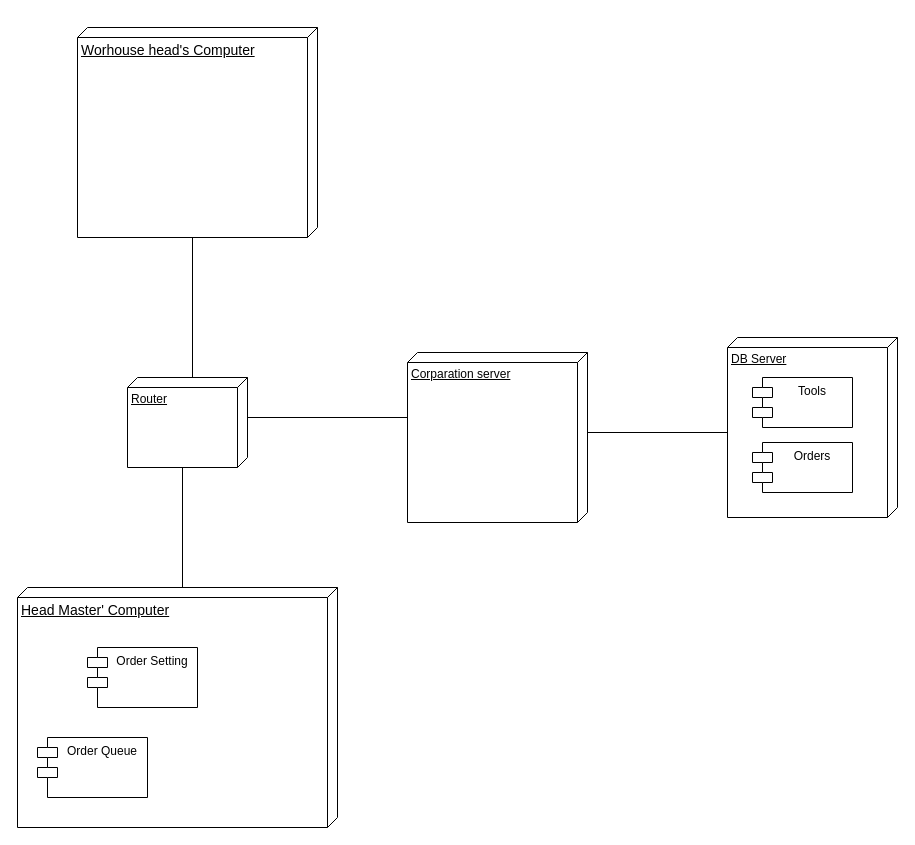
Earlier version of the draw.io diagram Component&Deployment_diagram.drawio (TolmachevDmitry/UMLForAutoRepairShop). Source tidied: cells renumbered, new cells numbered last; positions are measured from the earlier drawing's top-left corner, leaving out a move shared by most shapes. Both pictures are drawn from the tidied source at 100%, with x=0, y=0 at pixel (17, 27).
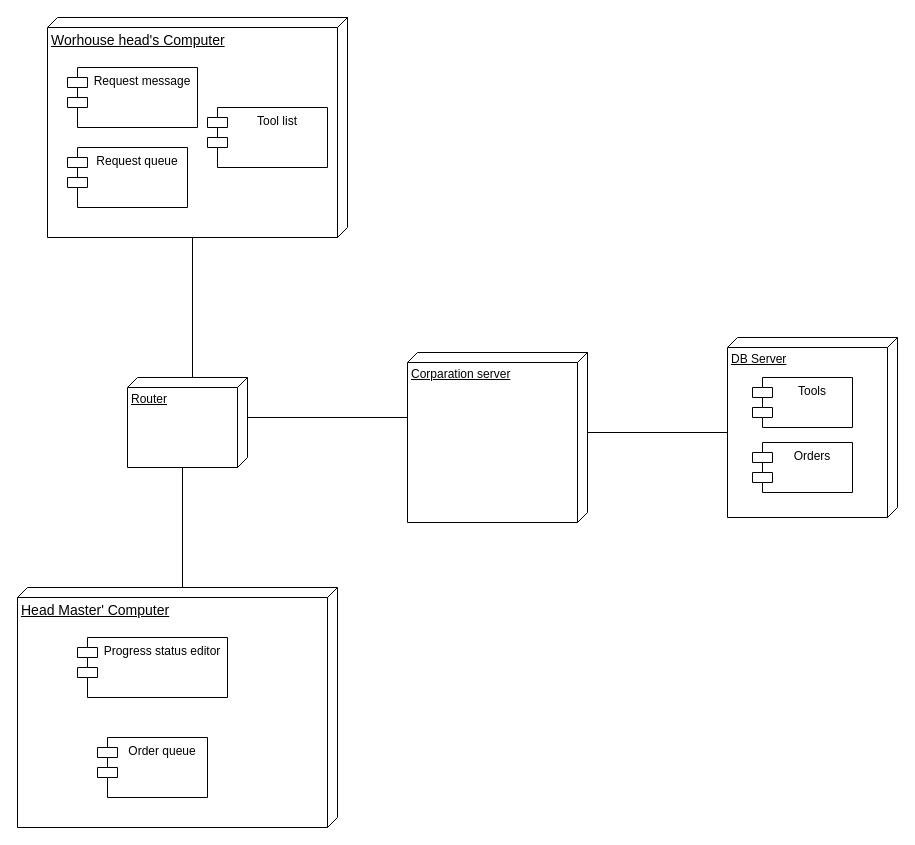
The same diagram, later.

Commit message:
added diagram of component

Change to the diagram source:
```diff
@@
 <mxGraphModel>
   <root>
     <mxCell id="0" />
     <mxCell id="1" parent="0" />
     <mxCell id="2" value="&lt;font style=&quot;font-size: 14px&quot;&gt;Head Master' Computer&lt;/font&gt;" style="verticalAlign=top;align=left;spacingTop=8;spacingLeft=2;spacingRight=12;shape=cube;size=10;direction=south;fontStyle=4;html=1;" parent="1" vertex="1">
       <mxGeometry y="560" width="320" height="240" as="geometry" />
     </mxCell>
     <mxCell id="3" value="&lt;font style=&quot;font-size: 14px&quot;&gt;Worhouse head's Computer&lt;/font&gt;" style="verticalAlign=top;align=left;spacingTop=8;spacingLeft=2;spacingRight=12;shape=cube;size=10;direction=south;fontStyle=4;html=1;" parent="1" vertex="1">
-      <mxGeometry x="60" width="240" height="210" as="geometry" />
+      <mxGeometry x="30" y="-10" width="300" height="220" as="geometry" />
     </mxCell>
     <mxCell id="4" value="DB Server" style="verticalAlign=top;align=left;spacingTop=8;spacingLeft=2;spacingRight=12;shape=cube;size=10;direction=south;fontStyle=4;html=1;" parent="1" vertex="1">
       <mxGeometry x="710" y="310" width="170" height="180" as="geometry" />
     </mxCell>
     <mxCell id="5" value="Router" style="verticalAlign=top;align=left;spacingTop=8;spacingLeft=2;spacingRight=12;shape=cube;size=10;direction=south;fontStyle=4;html=1;" parent="1" vertex="1">
       <mxGeometry x="110" y="350" width="120" height="90" as="geometry" />
     </mxCell>
     <mxCell id="6" value="Corparation server" style="verticalAlign=top;align=left;spacingTop=8;spacingLeft=2;spacingRight=12;shape=cube;size=10;direction=south;fontStyle=4;html=1;" parent="1" vertex="1">
       <mxGeometry x="390" y="325" width="180" height="170" as="geometry" />
     </mxCell>
-    <mxCell id="7" style="endArrow=none;html=1;rounded=0;exitX=0;exitY=0;exitDx=210;exitDy=125;exitPerimeter=0;entryX=0;entryY=0;entryDx=0;entryDy=55;entryPerimeter=0;" parent="1" edge="1" source="3" target="5">
+    <mxCell id="7" style="endArrow=none;html=1;rounded=0;exitX=0;exitY=0;exitDx=220;exitDy=155;exitPerimeter=0;entryX=0;entryY=0;entryDx=0;entryDy=55;entryPerimeter=0;" parent="1" edge="1" source="3" target="5">
       <mxGeometry relative="1" as="geometry" />
     </mxCell>
     <mxCell id="8" style="endArrow=none;html=1;rounded=0;exitX=0;exitY=0;exitDx=90;exitDy=65;exitPerimeter=0;entryX=0;entryY=0;entryDx=0;entryDy=155;entryPerimeter=0;" parent="1" edge="1" source="5" target="2">
       <mxGeometry relative="1" as="geometry" />
     </mxCell>
     <mxCell id="9" value="Tools" style="shape=module;align=left;spacingLeft=20;align=center;verticalAlign=top;" parent="1" vertex="1">
       <mxGeometry x="735" y="350" width="100" height="50" as="geometry" />
     </mxCell>
     <mxCell id="10" value="Orders" style="shape=module;align=left;spacingLeft=20;align=center;verticalAlign=top;" parent="1" vertex="1">
       <mxGeometry x="735" y="415" width="100" height="50" as="geometry" />
     </mxCell>
     <mxCell id="11" style="endArrow=none;html=1;rounded=0;exitX=0;exitY=0;exitDx=40;exitDy=0;exitPerimeter=0;entryX=0;entryY=0;entryDx=65;entryDy=180;entryPerimeter=0;" parent="1" edge="1" source="5" target="6">
       <mxGeometry relative="1" as="geometry" />
     </mxCell>
     <mxCell id="12" style="endArrow=none;html=1;rounded=0;exitX=0;exitY=0;exitDx=80;exitDy=0;exitPerimeter=0;entryX=0;entryY=0;entryDx=95;entryDy=170;entryPerimeter=0;" parent="1" edge="1" source="6" target="4">
       <mxGeometry relative="1" as="geometry" />
     </mxCell>
-    <mxCell id="13" value="Order Setting" style="shape=module;align=left;spacingLeft=20;align=center;verticalAlign=top;" parent="1" vertex="1">
-      <mxGeometry x="70" y="620" width="110" height="60" as="geometry" />
+    <mxCell id="13" value="Progress status editor" style="shape=module;align=left;spacingLeft=20;align=center;verticalAlign=top;" parent="1" vertex="1">
+      <mxGeometry x="60" y="610" width="150" height="60" as="geometry" />
     </mxCell>
-    <mxCell id="14" value="Order Queue" style="shape=module;align=left;spacingLeft=20;align=center;verticalAlign=top;" parent="1" vertex="1">
-      <mxGeometry x="20" y="710" width="110" height="60" as="geometry" />
+    <mxCell id="14" value="Order queue" style="shape=module;align=left;spacingLeft=20;align=center;verticalAlign=top;" parent="1" vertex="1">
+      <mxGeometry x="80" y="710" width="110" height="60" as="geometry" />
     </mxCell>
+    <mxCell id="15" value="Request message" style="shape=module;align=left;spacingLeft=20;align=center;verticalAlign=top;" parent="1" vertex="1">
+      <mxGeometry x="50" y="40" width="130" height="60" as="geometry" />
+    </mxCell>
+    <mxCell id="16" value="Request queue" style="shape=module;align=left;spacingLeft=20;align=center;verticalAlign=top;" parent="1" vertex="1">
+      <mxGeometry x="50" y="120" width="120" height="60" as="geometry" />
+    </mxCell>
+    <mxCell id="17" value="Tool list" style="shape=module;align=left;spacingLeft=20;align=center;verticalAlign=top;" parent="1" vertex="1">
+      <mxGeometry x="190" y="80" width="120" height="60" as="geometry" />
+    </mxCell>
   </root>
 </mxGraphModel>
```
